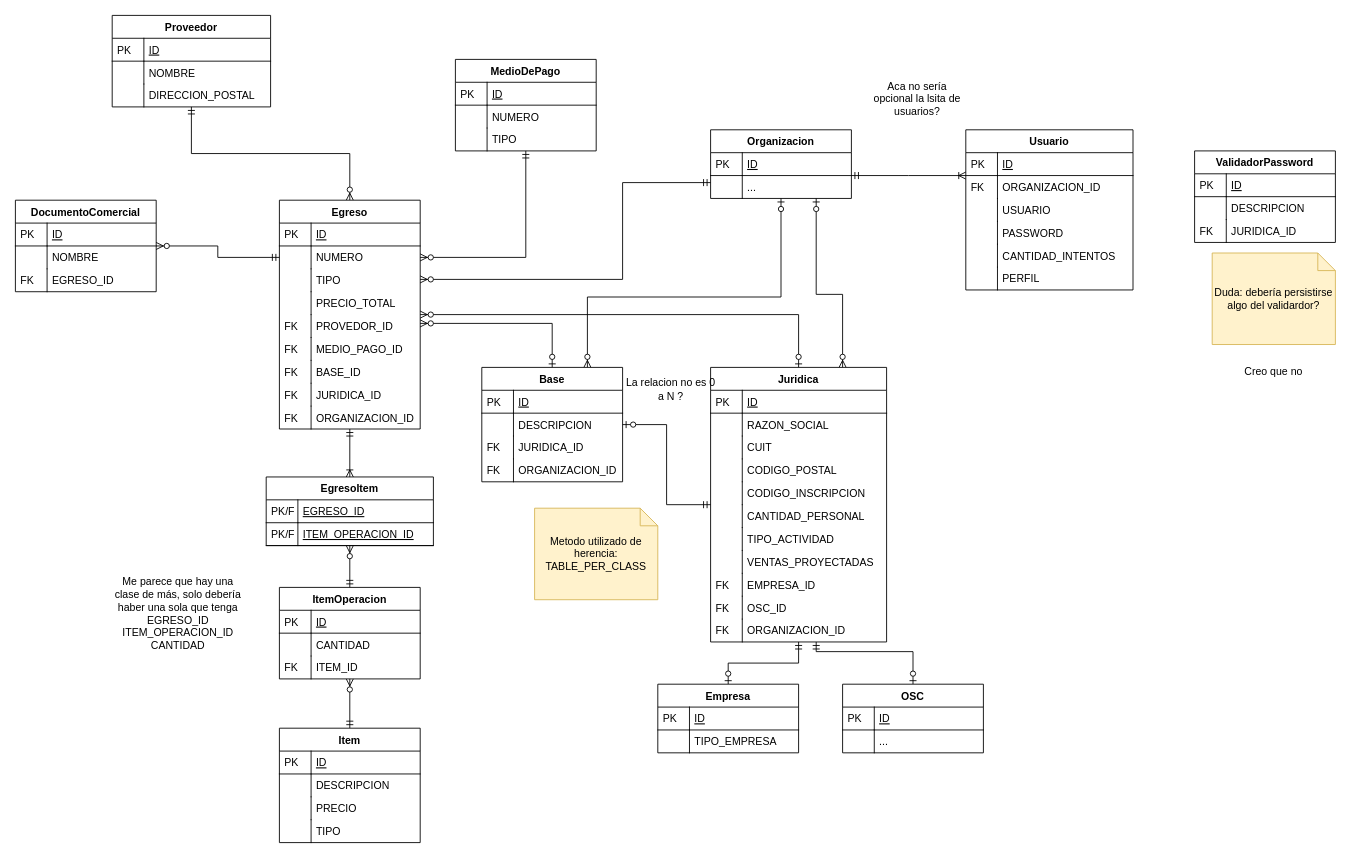
caromuscari/DDS2020-Aprobado keeps this draw.io diagram as DER.drawio. Above is the earlier version. Source tidied: cells renumbered, new cells numbered last; positions are measured from the earlier drawing's top-left corner, leaving out a move shared by most shapes. Both pictures are drawn from the tidied source at 88%, with x=0, y=0 at pixel (15, 15).
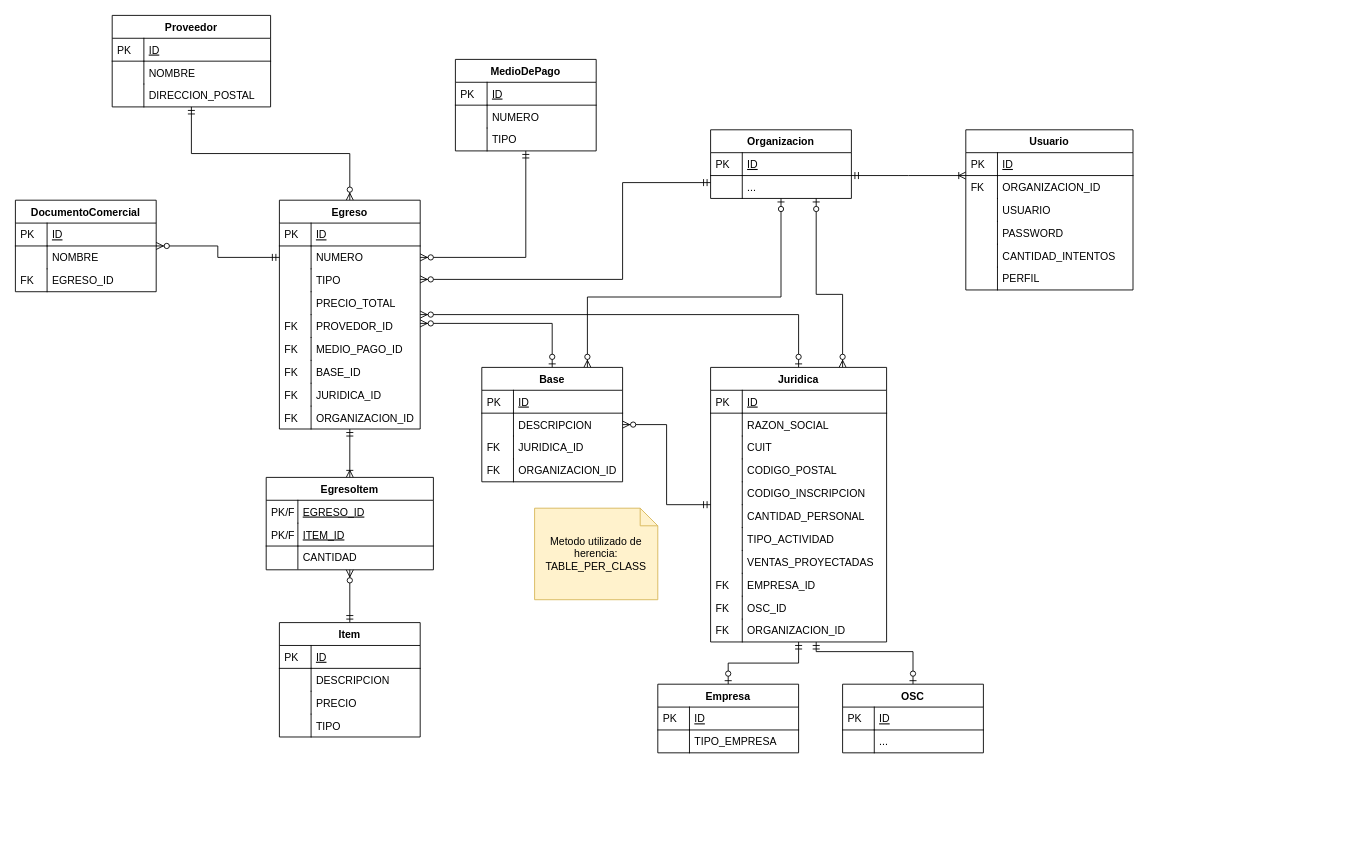
Above is the later version.

Commit message:
Se suben cambios sobre el DER

Unchanged cells that the change refers to:
```xml
<mxCell id="50" value="Base" style="swimlane;fontStyle=1;horizontal=1;startSize=26;rounded=0;shadow=0;strokeWidth=1;" parent="1" vertex="1">
  <mxGeometry x="530" y="400" width="160" height="130" as="geometry" />
</mxCell>
<mxCell id="68" value="Juridica" style="swimlane;fontStyle=1;horizontal=1;startSize=26;rounded=0;shadow=0;strokeWidth=1;" parent="1" vertex="1">
  <mxGeometry x="790" y="400" width="200" height="312" as="geometry" />
</mxCell>
```

What changed in the source:
```diff
@@
-    <mxCell id="46" style="edgeStyle=orthogonalEdgeStyle;rounded=0;jettySize=auto;html=1;exitX=0.5;exitY=1;exitDx=0;exitDy=0;startArrow=ERzeroToMany;startFill=1;endArrow=ERmandOne;endFill=0;" parent="1" edge="1" source="133" target="124">
-      <mxGeometry relative="1" as="geometry" />
-    </mxCell>
@@
-    <mxCell id="59" style="edgeStyle=orthogonalEdgeStyle;rounded=0;jettySize=auto;html=1;exitX=0.5;exitY=0;exitDx=0;exitDy=0;startArrow=ERmandOne;startFill=0;endArrow=ERzeroToMany;endFill=1;" parent="1" edge="1" source="133" target="140">
+    <mxCell id="59" style="edgeStyle=orthogonalEdgeStyle;rounded=0;jettySize=auto;html=1;exitX=0.5;exitY=0;exitDx=0;exitDy=0;startArrow=ERmandOne;startFill=0;endArrow=ERzeroToMany;endFill=1;" parent="1" edge="1" source="124" target="140">
       <mxGeometry relative="1" as="geometry" />
     </mxCell>
@@
-    <mxCell id="66" style="edgeStyle=orthogonalEdgeStyle;rounded=0;jettySize=auto;html=1;startArrow=ERmandOne;startFill=0;endArrow=ERzeroToOne;endFill=1;" parent="1" edge="1" source="68" target="50">
+    <mxCell id="66" style="edgeStyle=orthogonalEdgeStyle;rounded=0;jettySize=auto;html=1;startArrow=ERmandOne;startFill=0;endArrow=ERzeroToMany;endFill=1;" parent="1" edge="1" source="68" target="50">
       <mxGeometry relative="1" as="geometry" />
     </mxCell>
@@
-    <mxCell id="107" value="ValidadorPassword" style="swimlane;fontStyle=1;horizontal=1;startSize=26;rounded=0;shadow=0;strokeWidth=1;" parent="1" vertex="1">
-      <mxGeometry x="1340" y="154" width="160" height="104" as="geometry" />
-    </mxCell>
-    <mxCell id="108" value="ID" style="shape=partialRectangle;top=0;left=0;right=0;bottom=1;align=left;verticalAlign=top;fillColor=none;spacingLeft=40;spacingRight=4;overflow=hidden;rounded=0;shadow=0;strokeWidth=1;fontStyle=4;" parent="107" vertex="1">
-      <mxGeometry y="26" width="160" height="26" as="geometry" />
-    </mxCell>
-    <mxCell id="109" value="PK" style="shape=partialRectangle;top=0;left=0;bottom=0;fillColor=none;align=left;verticalAlign=top;spacingLeft=4;spacingRight=4;overflow=hidden;" parent="108" vertex="1">
-      <mxGeometry width="36" height="26" as="geometry" />
-    </mxCell>
-    <mxCell id="110" value="DESCRIPCION" style="shape=partialRectangle;top=0;left=0;right=0;bottom=0;align=left;verticalAlign=top;fillColor=none;spacingLeft=40;spacingRight=4;overflow=hidden;rounded=0;shadow=0;strokeWidth=1;" parent="107" vertex="1">
-      <mxGeometry y="52" width="160" height="26" as="geometry" />
-    </mxCell>
-    <mxCell id="111" style="shape=partialRectangle;top=0;left=0;bottom=0;fillColor=none;align=left;verticalAlign=top;spacingLeft=4;spacingRight=4;overflow=hidden;" parent="110" vertex="1">
-      <mxGeometry width="36" height="26" as="geometry" />
-    </mxCell>
-    <mxCell id="112" value="JURIDICA_ID" style="shape=partialRectangle;top=0;left=0;right=0;bottom=0;align=left;verticalAlign=top;fillColor=none;spacingLeft=40;spacingRight=4;overflow=hidden;rounded=0;shadow=0;strokeWidth=1;" parent="107" vertex="1">
-      <mxGeometry y="78" width="160" height="26" as="geometry" />
-    </mxCell>
-    <mxCell id="113" value="FK" style="shape=partialRectangle;top=0;left=0;bottom=0;fillColor=none;align=left;verticalAlign=top;spacingLeft=4;spacingRight=4;overflow=hidden;" parent="112" vertex="1">
-      <mxGeometry width="36" height="26" as="geometry" />
-    </mxCell>
@@
+    <mxCell id="145" value="Metodo utilizado de herencia:&lt;br&gt;TABLE_PER_CLASS" style="shape=note;size=20;whiteSpace=wrap;html=1;fillColor=#fff2cc;align=center;strokeColor=#d6b656;" parent="1" vertex="1">
+      <mxGeometry x="590" y="560" width="140" height="104" as="geometry" />
+    </mxCell>
+    <mxCell id="140" value="EgresoItem" style="swimlane;fontStyle=1;horizontal=1;startSize=26;rounded=0;shadow=0;strokeWidth=1;" parent="1" vertex="1">
+      <mxGeometry x="285" y="525" width="190" height="105" as="geometry" />
+    </mxCell>
+    <mxCell id="141" value="EGRESO_ID" style="shape=partialRectangle;top=0;left=0;right=0;bottom=1;align=left;verticalAlign=top;fillColor=none;spacingLeft=40;spacingRight=4;overflow=hidden;rounded=0;shadow=0;strokeWidth=1;fontStyle=4;strokeColor=none;" parent="140" vertex="1">
+      <mxGeometry y="26" width="190" height="26" as="geometry" />
+    </mxCell>
+    <mxCell id="142" value="PK/FK" style="shape=partialRectangle;top=0;left=0;bottom=0;fillColor=none;align=left;verticalAlign=top;spacingLeft=4;spacingRight=4;overflow=hidden;" parent="141" vertex="1">
+      <mxGeometry width="36" height="26" as="geometry" />
+    </mxCell>
+    <mxCell id="143" value="ITEM_ID" style="shape=partialRectangle;top=0;left=0;right=0;bottom=1;align=left;verticalAlign=top;fillColor=none;spacingLeft=40;spacingRight=4;overflow=hidden;rounded=0;shadow=0;strokeWidth=1;fontStyle=4;" parent="140" vertex="1">
+      <mxGeometry y="52" width="190" height="26" as="geometry" />
+    </mxCell>
+    <mxCell id="144" value="PK/FK" style="shape=partialRectangle;top=0;left=0;bottom=0;fillColor=none;align=left;verticalAlign=top;spacingLeft=4;spacingRight=4;overflow=hidden;" parent="143" vertex="1">
+      <mxGeometry width="36" height="26" as="geometry" />
+    </mxCell>
+    <mxCell id="136" value="CANTIDAD" style="shape=partialRectangle;top=0;left=0;right=0;bottom=1;align=left;verticalAlign=top;fillColor=none;spacingLeft=40;spacingRight=4;overflow=hidden;rounded=0;shadow=0;strokeWidth=1;fontStyle=0;strokeColor=none;" parent="140" vertex="1">
+      <mxGeometry y="78" width="190" height="26" as="geometry" />
+    </mxCell>
+    <mxCell id="151" style="shape=partialRectangle;top=0;left=0;bottom=0;fillColor=none;align=left;verticalAlign=top;spacingLeft=4;spacingRight=4;overflow=hidden;" parent="136" vertex="1">
+      <mxGeometry width="36" height="26" as="geometry" />
+    </mxCell>
     <mxCell id="124" value="Item" style="swimlane;fontStyle=1;horizontal=1;startSize=26;rounded=0;shadow=0;strokeWidth=1;" parent="1" vertex="1">
-      <mxGeometry x="300" y="810" width="160" height="130" as="geometry" />
+      <mxGeometry x="300" y="690" width="160" height="130" as="geometry" />
     </mxCell>
@@
-    <mxCell id="133" value="ItemOperacion" style="swimlane;fontStyle=1;horizontal=1;startSize=26;rounded=0;shadow=0;strokeWidth=1;" parent="1" vertex="1">
-      <mxGeometry x="300" y="650" width="160" height="104" as="geometry" />
-    </mxCell>
-    <mxCell id="134" value="ID" style="shape=partialRectangle;top=0;left=0;right=0;bottom=1;align=left;verticalAlign=top;fillColor=none;spacingLeft=40;spacingRight=4;overflow=hidden;rounded=0;shadow=0;strokeWidth=1;fontStyle=4;" parent="133" vertex="1">
-      <mxGeometry y="26" width="160" height="26" as="geometry" />
-    </mxCell>
-    <mxCell id="135" value="PK" style="shape=partialRectangle;top=0;left=0;bottom=0;fillColor=none;align=left;verticalAlign=top;spacingLeft=4;spacingRight=4;overflow=hidden;" parent="134" vertex="1">
-      <mxGeometry width="36" height="26" as="geometry" />
-    </mxCell>
-    <mxCell id="136" value="CANTIDAD" style="shape=partialRectangle;top=0;left=0;right=0;bottom=0;align=left;verticalAlign=top;fillColor=none;spacingLeft=40;spacingRight=4;overflow=hidden;rounded=0;shadow=0;strokeWidth=1;" parent="133" vertex="1">
-      <mxGeometry y="52" width="160" height="26" as="geometry" />
-    </mxCell>
-    <mxCell id="137" style="shape=partialRectangle;top=0;left=0;bottom=0;fillColor=none;align=left;verticalAlign=top;spacingLeft=4;spacingRight=4;overflow=hidden;" parent="136" vertex="1">
-      <mxGeometry width="36" height="26" as="geometry" />
-    </mxCell>
-    <mxCell id="138" value="ITEM_ID" style="shape=partialRectangle;top=0;left=0;right=0;bottom=0;align=left;verticalAlign=top;fillColor=none;spacingLeft=40;spacingRight=4;overflow=hidden;rounded=0;shadow=0;strokeWidth=1;" parent="133" vertex="1">
-      <mxGeometry y="78" width="160" height="26" as="geometry" />
-    </mxCell>
-    <mxCell id="139" value="FK" style="shape=partialRectangle;top=0;left=0;bottom=0;fillColor=none;align=left;verticalAlign=top;spacingLeft=4;spacingRight=4;overflow=hidden;" parent="138" vertex="1">
-      <mxGeometry width="36" height="26" as="geometry" />
-    </mxCell>
-    <mxCell id="140" value="EgresoItem" style="swimlane;fontStyle=1;horizontal=1;startSize=26;rounded=0;shadow=0;strokeWidth=1;" parent="1" vertex="1">
-      <mxGeometry x="285" y="524.5" width="190" height="78" as="geometry" />
-    </mxCell>
-    <mxCell id="141" value="EGRESO_ID" style="shape=partialRectangle;top=0;left=0;right=0;bottom=1;align=left;verticalAlign=top;fillColor=none;spacingLeft=40;spacingRight=4;overflow=hidden;rounded=0;shadow=0;strokeWidth=1;fontStyle=4;" parent="140" vertex="1">
-      <mxGeometry y="26" width="190" height="26" as="geometry" />
-    </mxCell>
-    <mxCell id="142" value="PK/FK" style="shape=partialRectangle;top=0;left=0;bottom=0;fillColor=none;align=left;verticalAlign=top;spacingLeft=4;spacingRight=4;overflow=hidden;" parent="141" vertex="1">
-      <mxGeometry width="36" height="26" as="geometry" />
-    </mxCell>
-    <mxCell id="143" value="ITEM_OPERACION_ID" style="shape=partialRectangle;top=0;left=0;right=0;bottom=1;align=left;verticalAlign=top;fillColor=none;spacingLeft=40;spacingRight=4;overflow=hidden;rounded=0;shadow=0;strokeWidth=1;fontStyle=4;" parent="140" vertex="1">
-      <mxGeometry y="52" width="190" height="26" as="geometry" />
-    </mxCell>
-    <mxCell id="144" value="PK/FK" style="shape=partialRectangle;top=0;left=0;bottom=0;fillColor=none;align=left;verticalAlign=top;spacingLeft=4;spacingRight=4;overflow=hidden;" parent="143" vertex="1">
-      <mxGeometry width="36" height="26" as="geometry" />
-    </mxCell>
-    <mxCell id="145" value="Metodo utilizado de herencia:&lt;br&gt;TABLE_PER_CLASS" style="shape=note;size=20;whiteSpace=wrap;html=1;fillColor=#fff2cc;align=center;strokeColor=#d6b656;" parent="1" vertex="1">
-      <mxGeometry x="590" y="560" width="140" height="104" as="geometry" />
-    </mxCell>
-    <mxCell id="146" value="Duda: debería persistirse algo del validardor?" style="shape=note;size=20;whiteSpace=wrap;html=1;fillColor=#fff2cc;align=center;strokeColor=#d6b656;" parent="1" vertex="1">
-      <mxGeometry x="1360" y="270" width="140" height="104" as="geometry" />
-    </mxCell>
-    <mxCell id="147" value="Me parece que hay una clase de más, solo debería haber una sola que tenga EGRESO_ID&lt;br&gt;ITEM_OPERACION_ID&lt;br&gt;CANTIDAD" style="text;html=1;strokeColor=none;fillColor=none;align=center;verticalAlign=middle;whiteSpace=wrap;rounded=0;" parent="1" vertex="1">
-      <mxGeometry x="110" y="630" width="150" height="100" as="geometry" />
-    </mxCell>
-    <mxCell id="148" value="La relacion no es 0 a N ?" style="text;html=1;strokeColor=none;fillColor=none;align=center;verticalAlign=middle;whiteSpace=wrap;rounded=0;" parent="1" vertex="1">
-      <mxGeometry x="690" y="390" width="110" height="70" as="geometry" />
-    </mxCell>
-    <mxCell id="149" value="Creo que no" style="text;html=1;strokeColor=none;fillColor=none;align=center;verticalAlign=middle;whiteSpace=wrap;rounded=0;" parent="1" vertex="1">
-      <mxGeometry x="1375" y="370" width="110" height="70" as="geometry" />
-    </mxCell>
-    <mxCell id="150" value="Aca no sería opcional la lsita de usuarios?" style="text;html=1;strokeColor=none;fillColor=none;align=center;verticalAlign=middle;whiteSpace=wrap;rounded=0;" parent="1" vertex="1">
-      <mxGeometry x="970" y="60" width="110" height="70" as="geometry" />
-    </mxCell>
```
